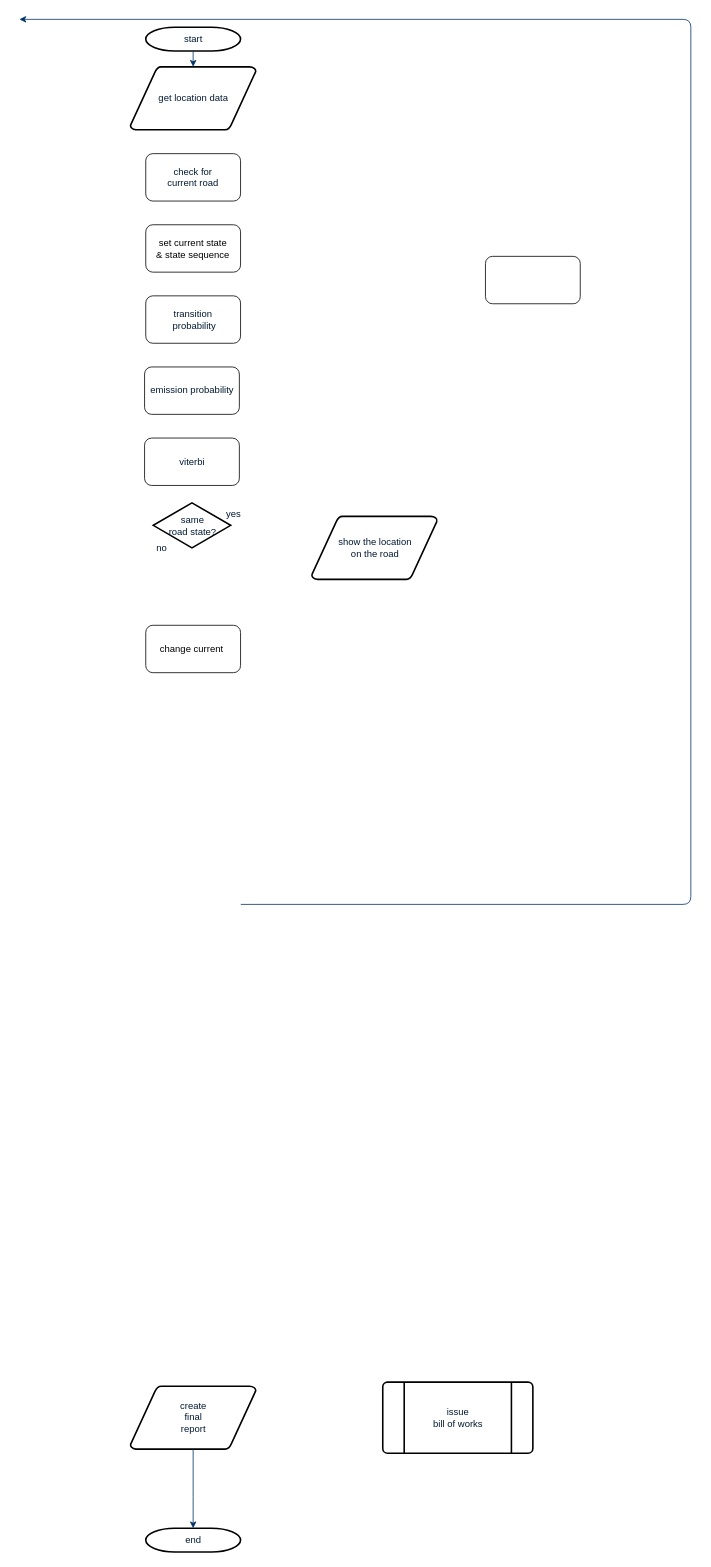
The draw.io diagram UIBasicDesign/algorithm.drawio in good-engineer/NAVER-MAP, before the edit. Source tidied: cells renumbered, new cells numbered last; positions are measured from the earlier drawing's top-left corner, leaving out a move shared by most shapes. Both pictures are drawn from the tidied source at 79%, with x=0, y=0 at pixel (19, 19).
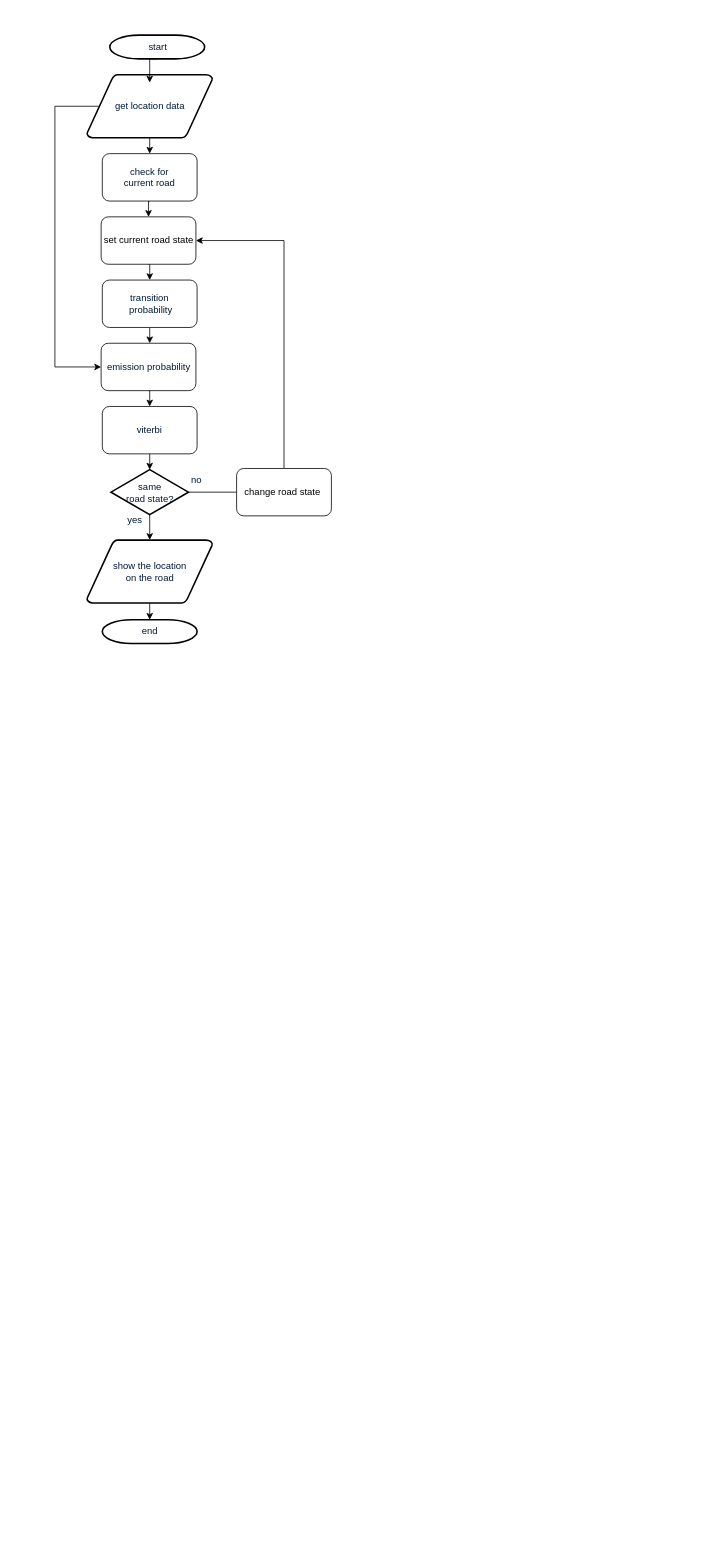
After the change.

The edit, as a diff of the source:
```diff
@@
-    <mxCell id="2" value="start" style="shape=mxgraph.flowchart.terminator;fillColor=#FFFFFF;strokeColor=#000000;strokeWidth=2;gradientColor=none;gradientDirection=north;fontColor=#001933;fontStyle=0;html=1;" parent="1" vertex="1">
-      <mxGeometry x="160" y="10" width="120" height="30" as="geometry" />
+    <mxCell id="2" value="end" style="shape=mxgraph.flowchart.terminator;fillColor=#FFFFFF;strokeColor=#000000;strokeWidth=2;gradientColor=none;gradientDirection=north;fontColor=#001933;fontStyle=0;html=1;" parent="1" vertex="1">
+      <mxGeometry x="105" y="760" width="120" height="30" as="geometry" />
     </mxCell>
+    <mxCell id="24" style="edgeStyle=orthogonalEdgeStyle;rounded=0;jettySize=auto;html=1;exitX=0.5;exitY=1;exitDx=0;exitDy=0;exitPerimeter=0;entryX=0.5;entryY=0;entryDx=0;entryDy=0;" parent="1" edge="1" source="3" target="14">
+      <mxGeometry relative="1" as="geometry" />
+    </mxCell>
+    <mxCell id="25" style="edgeStyle=orthogonalEdgeStyle;rounded=0;jettySize=auto;html=1;exitX=0.095;exitY=0.5;exitDx=0;exitDy=0;exitPerimeter=0;entryX=0;entryY=0.5;entryDx=0;entryDy=0;" parent="1" edge="1" source="3" target="22">
+      <mxGeometry relative="1" as="geometry">
+        <Array as="points">
+          <mxPoint x="45" y="110" />
+          <mxPoint x="45" y="440" />
+        </Array>
+      </mxGeometry>
+    </mxCell>
     <mxCell id="3" value="get location data" style="shape=mxgraph.flowchart.data;fillColor=#FFFFFF;strokeColor=#000000;strokeWidth=2;gradientColor=none;gradientDirection=north;fontColor=#001933;fontStyle=0;html=1;" parent="1" vertex="1">
-      <mxGeometry x="140.5" y="60" width="159" height="80" as="geometry" />
+      <mxGeometry x="85.5" y="70" width="159" height="80" as="geometry" />
     </mxCell>
     <mxCell id="4" style="edgeStyle=orthogonalEdgeStyle;rounded=0;jettySize=auto;html=1;exitX=0.905;exitY=0.5;exitDx=0;exitDy=0;exitPerimeter=0;entryX=0.167;entryY=0.492;entryDx=0;entryDy=0;entryPerimeter=0;strokeColor=none;" parent="1" edge="1" source="22">
       <mxGeometry relative="1" as="geometry">
-        <mxPoint x="440" y="420.3" as="targetPoint" />
+        <mxPoint x="385" y="440.3" as="targetPoint" />
       </mxGeometry>
     </mxCell>
+    <mxCell id="26" style="edgeStyle=orthogonalEdgeStyle;rounded=0;jettySize=auto;html=1;exitX=0.5;exitY=1;exitDx=0;exitDy=0;exitPerimeter=0;entryX=0.5;entryY=0;entryDx=0;entryDy=0;entryPerimeter=0;" parent="1" edge="1" source="5" target="20">
+      <mxGeometry relative="1" as="geometry" />
+    </mxCell>
+    <mxCell id="27" style="edgeStyle=orthogonalEdgeStyle;rounded=0;jettySize=auto;html=1;exitX=1;exitY=0.5;exitDx=0;exitDy=0;exitPerimeter=0;endArrow=none;endFill=0;" parent="1" edge="1" source="5" target="15">
+      <mxGeometry relative="1" as="geometry" />
+    </mxCell>
     <mxCell id="5" value="same &lt;br&gt;road state?" style="shape=mxgraph.flowchart.decision;fillColor=#FFFFFF;strokeColor=#000000;strokeWidth=2;gradientColor=none;gradientDirection=north;fontColor=#001933;fontStyle=0;html=1;" parent="1" vertex="1">
-      <mxGeometry x="169.5" y="612" width="98" height="57" as="geometry" />
+      <mxGeometry x="116" y="570" width="98" height="57" as="geometry" />
     </mxCell>
-    <mxCell id="6" style="fontColor=#001933;fontStyle=1;strokeColor=#003366;strokeWidth=1;html=1;" parent="1" edge="1" source="2" target="3">
-      <mxGeometry relative="1" as="geometry" />
-    </mxCell>
     <mxCell id="7" value="yes" style="text;fontColor=#001933;fontStyle=0;html=1;strokeColor=none;gradientColor=none;fillColor=none;strokeWidth=2;" parent="1" vertex="1">
-      <mxGeometry x="260" y="612" width="40" height="26" as="geometry" />
+      <mxGeometry x="134.5" y="620" width="40" height="26" as="geometry" />
     </mxCell>
     <mxCell id="8" value="no" style="text;fontColor=#001933;fontStyle=0;html=1;strokeColor=none;gradientColor=none;fillColor=none;strokeWidth=2;align=center;" parent="1" vertex="1">
-      <mxGeometry x="160" y="656" width="40" height="26" as="geometry" />
+      <mxGeometry x="203.5" y="570" width="40" height="26" as="geometry" />
     </mxCell>
-    <mxCell id="9" value="create&#10;final&#10;report" style="shape=mxgraph.flowchart.data;fillColor=#FFFFFF;strokeColor=#000000;strokeWidth=2;gradientColor=none;gradientDirection=north;fontColor=#001933;fontStyle=0;html=1;" parent="1" vertex="1">
-      <mxGeometry x="140.5" y="1730" width="159" height="80" as="geometry" />
-    </mxCell>
-    <mxCell id="10" value="issue&#10;bill of works" style="shape=mxgraph.flowchart.predefined_process;fillColor=#FFFFFF;strokeColor=#000000;strokeWidth=2;gradientColor=none;gradientDirection=north;fontColor=#001933;fontStyle=0;html=1;" parent="1" vertex="1">
-      <mxGeometry x="460" y="1725" width="190" height="90" as="geometry" />
-    </mxCell>
-    <mxCell id="11" value="end" style="shape=mxgraph.flowchart.terminator;fillColor=#FFFFFF;strokeColor=#000000;strokeWidth=2;gradientColor=none;gradientDirection=north;fontColor=#001933;fontStyle=0;html=1;" parent="1" vertex="1">
-      <mxGeometry x="160" y="1910" width="120" height="30" as="geometry" />
-    </mxCell>
-    <mxCell id="12" style="edgeStyle=elbowEdgeStyle;elbow=vertical;exitX=0.5;exitY=1;exitPerimeter=0;entryX=0.5;entryY=0;entryPerimeter=0;fontColor=#001933;fontStyle=1;strokeColor=#003366;strokeWidth=1;html=1;" parent="1" edge="1" source="9" target="11">
-      <mxGeometry as="geometry" />
-    </mxCell>
-    <mxCell id="13" style="edgeStyle=elbowEdgeStyle;elbow=horizontal;exitX=1;exitY=0.5;exitPerimeter=0;entryX=0.905;entryY=0.5;entryPerimeter=0;fontColor=#001933;fontStyle=1;strokeColor=#003366;strokeWidth=1;html=1;" parent="1" edge="1">
-      <mxGeometry as="geometry">
-        <mxPoint x="280.3" y="1120.3" as="sourcePoint" />
-        <mxPoint as="targetPoint" />
-        <Array as="points">
-          <mxPoint x="850" y="1320" />
-        </Array>
-      </mxGeometry>
-    </mxCell>
+    <mxCell id="28" style="edgeStyle=orthogonalEdgeStyle;rounded=0;jettySize=auto;html=1;exitX=0.5;exitY=1;exitDx=0;exitDy=0;entryX=0.5;entryY=0;entryDx=0;entryDy=0;" parent="1" edge="1" source="14" target="21">
+      <mxGeometry relative="1" as="geometry" />
+    </mxCell>
     <mxCell id="14" value="&lt;span style=&quot;color: rgb(0 , 25 , 51)&quot;&gt;check for&lt;/span&gt;&lt;br style=&quot;color: rgb(0 , 25 , 51)&quot;&gt;&lt;span style=&quot;color: rgb(0 , 25 , 51)&quot;&gt;current road&lt;/span&gt;" style="rounded=1;whiteSpace=wrap;html=1;" parent="1" vertex="1">
-      <mxGeometry x="160" y="170" width="120" height="60" as="geometry" />
+      <mxGeometry x="105" y="170" width="120" height="60" as="geometry" />
     </mxCell>
+    <mxCell id="29" style="edgeStyle=orthogonalEdgeStyle;rounded=0;jettySize=auto;html=1;exitX=0.5;exitY=0;exitDx=0;exitDy=0;entryX=1;entryY=0.5;entryDx=0;entryDy=0;" parent="1" edge="1" source="15" target="21">
+      <mxGeometry relative="1" as="geometry" />
+    </mxCell>
-    <mxCell id="15" value="change current&amp;nbsp;" style="rounded=1;whiteSpace=wrap;html=1;" parent="1" vertex="1">
-      <mxGeometry x="160" y="767" width="120" height="60" as="geometry" />
+    <mxCell id="15" value="change road state&amp;nbsp;" style="rounded=1;whiteSpace=wrap;html=1;" parent="1" vertex="1">
+      <mxGeometry x="275" y="568.5" width="120" height="60" as="geometry" />
     </mxCell>
-    <mxCell id="16" style="rounded=1;whiteSpace=wrap;html=1;" parent="1" vertex="1">
-      <mxGeometry x="590" y="300" width="120" height="60" as="geometry" />
-    </mxCell>
+    <mxCell id="30" style="edgeStyle=orthogonalEdgeStyle;rounded=0;jettySize=auto;html=1;exitX=0.5;exitY=1;exitDx=0;exitDy=0;" parent="1" edge="1" source="17">
+      <mxGeometry relative="1" as="geometry">
+        <mxPoint x="165" y="410" as="targetPoint" />
+      </mxGeometry>
+    </mxCell>
     <mxCell id="17" value="&lt;span style=&quot;color: rgb(0 , 25 , 51) ; white-space: normal&quot;&gt;transition&lt;/span&gt;&lt;br style=&quot;color: rgb(0 , 25 , 51) ; white-space: normal&quot;&gt;&lt;span style=&quot;color: rgb(0 , 25 , 51) ; white-space: normal&quot;&gt;&amp;nbsp;probability&lt;/span&gt;" style="rounded=1;whiteSpace=wrap;html=1;" parent="1" vertex="1">
-      <mxGeometry x="160" y="350" width="120" height="60" as="geometry" />
+      <mxGeometry x="105" y="330" width="120" height="60" as="geometry" />
     </mxCell>
     <mxCell id="18" style="edgeStyle=orthogonalEdgeStyle;rounded=0;jettySize=auto;html=1;exitX=0.905;exitY=0.5;exitDx=0;exitDy=0;exitPerimeter=0;entryX=0.167;entryY=0.492;entryDx=0;entryDy=0;entryPerimeter=0;strokeColor=none;" parent="1" edge="1" target="17">
       <mxGeometry relative="1" as="geometry">
-        <mxPoint x="285" y="420.3" as="sourcePoint" />
+        <mxPoint x="230" y="440.3" as="sourcePoint" />
       </mxGeometry>
     </mxCell>
+    <mxCell id="31" style="edgeStyle=orthogonalEdgeStyle;rounded=0;jettySize=auto;html=1;exitX=0.5;exitY=1;exitDx=0;exitDy=0;entryX=0.5;entryY=0;entryDx=0;entryDy=0;entryPerimeter=0;" parent="1" edge="1" source="19" target="5">
+      <mxGeometry relative="1" as="geometry" />
+    </mxCell>
     <mxCell id="19" value="&lt;font color=&quot;#001933&quot;&gt;viterbi&lt;/font&gt;" style="rounded=1;whiteSpace=wrap;html=1;" parent="1" vertex="1">
-      <mxGeometry x="158.5" y="530" width="120" height="60" as="geometry" />
+      <mxGeometry x="105" y="490" width="120" height="60" as="geometry" />
     </mxCell>
+    <mxCell id="32" style="edgeStyle=orthogonalEdgeStyle;rounded=0;jettySize=auto;html=1;exitX=0.5;exitY=1;exitDx=0;exitDy=0;exitPerimeter=0;entryX=0.5;entryY=0;entryDx=0;entryDy=0;entryPerimeter=0;" parent="1" edge="1" source="20" target="2">
+      <mxGeometry relative="1" as="geometry" />
+    </mxCell>
     <mxCell id="20" value="show the location&lt;br&gt;on the road" style="shape=mxgraph.flowchart.data;fillColor=#FFFFFF;strokeColor=#000000;strokeWidth=2;gradientColor=none;gradientDirection=north;fontColor=#001933;fontStyle=0;html=1;" parent="1" vertex="1">
-      <mxGeometry x="370" y="629" width="159" height="80" as="geometry" />
+      <mxGeometry x="85.5" y="659" width="159" height="80" as="geometry" />
     </mxCell>
+    <mxCell id="33" style="edgeStyle=orthogonalEdgeStyle;rounded=0;jettySize=auto;html=1;exitX=0.5;exitY=1;exitDx=0;exitDy=0;entryX=0.5;entryY=0;entryDx=0;entryDy=0;" parent="1" edge="1" source="21" target="17">
+      <mxGeometry relative="1" as="geometry" />
+    </mxCell>
-    <mxCell id="21" value="set current state&lt;br&gt;&amp;amp; state sequence" style="rounded=1;whiteSpace=wrap;html=1;" parent="1" vertex="1">
-      <mxGeometry x="160" y="260" width="120" height="60" as="geometry" />
+    <mxCell id="21" value="set current road state" style="rounded=1;whiteSpace=wrap;html=1;" parent="1" vertex="1">
+      <mxGeometry x="103.5" y="250" width="120" height="60" as="geometry" />
     </mxCell>
+    <mxCell id="34" style="edgeStyle=orthogonalEdgeStyle;rounded=0;jettySize=auto;html=1;exitX=0.5;exitY=1;exitDx=0;exitDy=0;entryX=0.5;entryY=0;entryDx=0;entryDy=0;" parent="1" edge="1" source="22" target="19">
+      <mxGeometry relative="1" as="geometry" />
+    </mxCell>
     <mxCell id="22" value="&lt;span style=&quot;white-space: normal ; color: rgb(0 , 25 , 51)&quot;&gt;emission probability&lt;/span&gt;" style="rounded=1;whiteSpace=wrap;html=1;" parent="1" vertex="1">
-      <mxGeometry x="158.5" y="440" width="120" height="60" as="geometry" />
+      <mxGeometry x="103.5" y="410" width="120" height="60" as="geometry" />
     </mxCell>
@@
+    <mxCell id="35" style="edgeStyle=orthogonalEdgeStyle;rounded=0;jettySize=auto;html=1;exitX=0.5;exitY=1;exitDx=0;exitDy=0;exitPerimeter=0;entryX=0.5;entryY=0.125;entryDx=0;entryDy=0;entryPerimeter=0;" parent="1" edge="1" source="36" target="3">
+      <mxGeometry relative="1" as="geometry" />
+    </mxCell>
+    <mxCell id="36" value="start" style="shape=mxgraph.flowchart.terminator;fillColor=#FFFFFF;strokeColor=#000000;strokeWidth=2;gradientColor=none;gradientDirection=north;fontColor=#001933;fontStyle=0;html=1;" parent="1" vertex="1">
+      <mxGeometry x="114.5" y="20" width="120" height="30" as="geometry" />
+    </mxCell>
```
